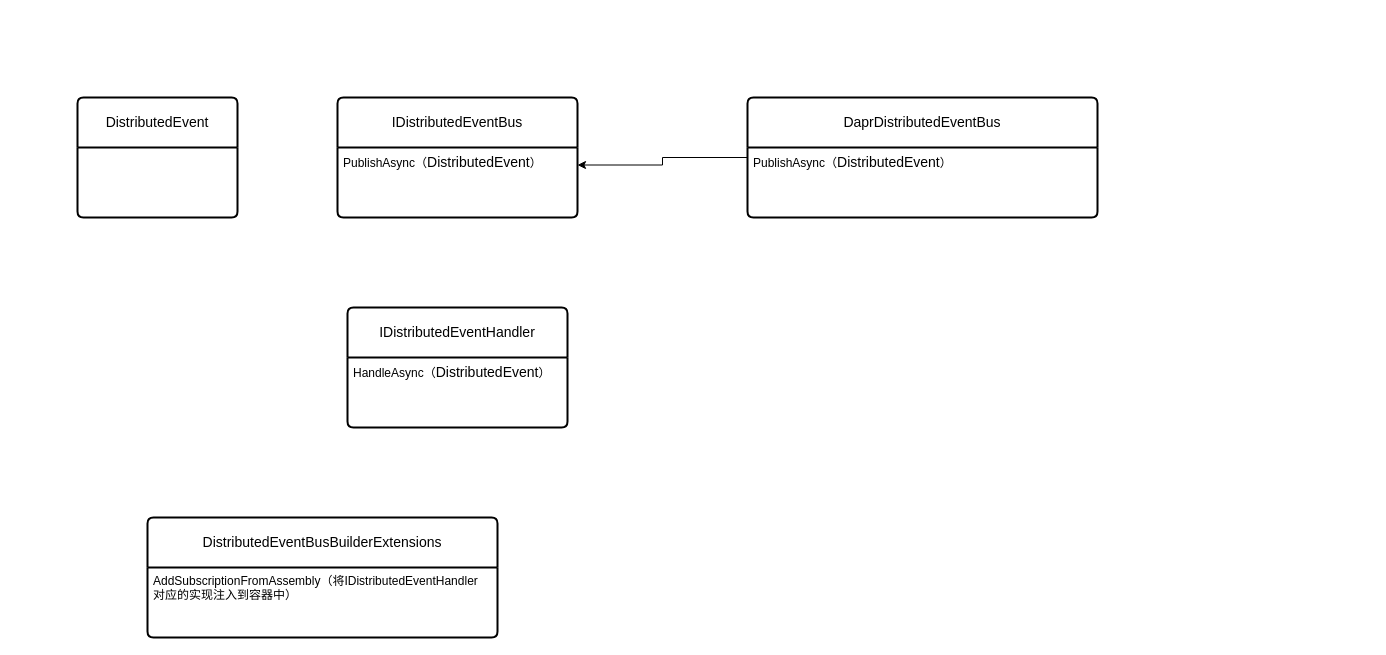
The draw.io diagram hello shop分布式事件.drawio in spinoza1989/drawIO, before the edit. Source tidied: cells renumbered, new cells numbered last; positions are measured from the earlier drawing's top-left corner, leaving out a move shared by most shapes. Both pictures are drawn from the tidied source at 100%, with x=0, y=0 at pixel (77, 97).
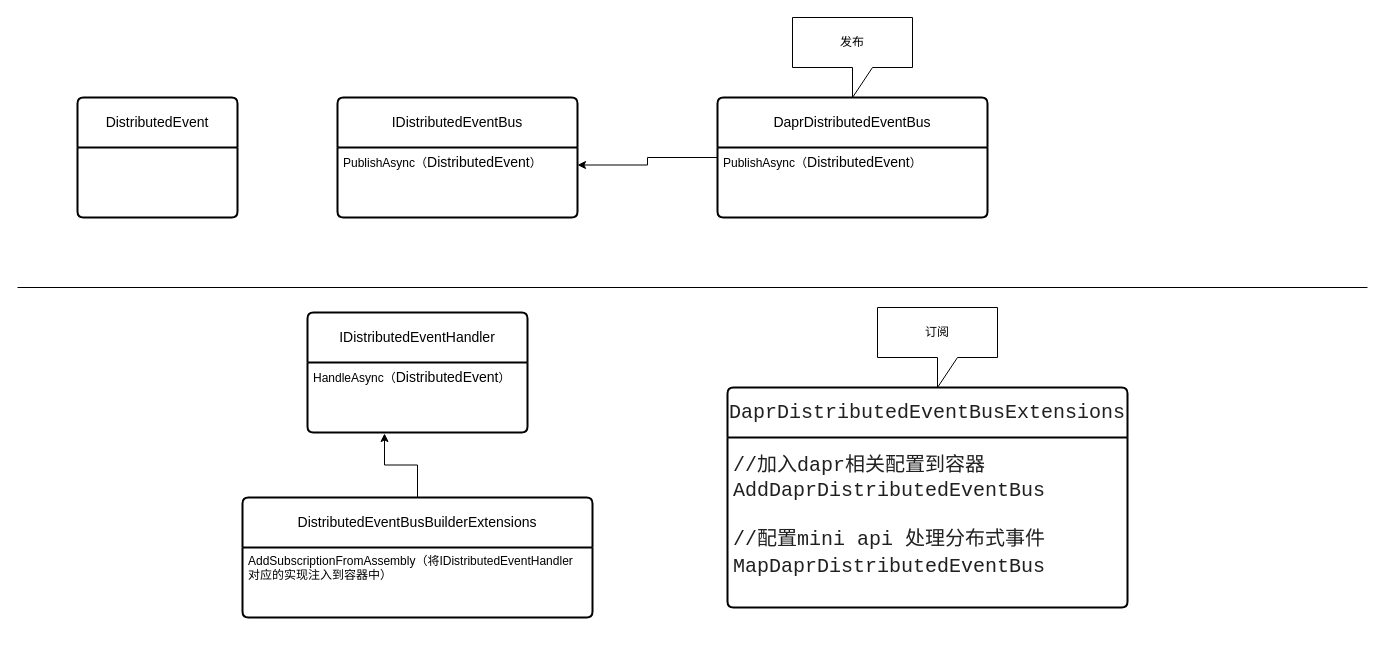
The same diagram, later.

Commit message:
更新hello shop分布式事件.drawio

What changed in the source:
```diff
@@
 <mxGraphModel>
   <root>
     <mxCell id="0" />
     <mxCell id="1" parent="0" />
     <mxCell id="2" value="IDistributedEventBus" style="swimlane;horizontal=1;startSize=50;rounded=1;fontSize=14;fontStyle=0;strokeWidth=2;shadow=0;dashed=0;align=center;arcSize=4;whiteSpace=wrap;html=1;" parent="1" vertex="1">
       <mxGeometry x="260" width="240" height="120" as="geometry" />
     </mxCell>
     <mxCell id="3" value="PublishAsync（&lt;span style=&quot;font-size: 14px; text-align: center; text-wrap: wrap;&quot;&gt;DistributedEvent&lt;/span&gt;）" style="align=left;strokeColor=none;fillColor=none;spacingLeft=4;fontSize=12;verticalAlign=top;html=1;" parent="2" vertex="1">
       <mxGeometry y="50" width="240" height="70" as="geometry" />
     </mxCell>
     <mxCell id="4" value="DistributedEvent" style="swimlane;horizontal=1;startSize=50;rounded=1;fontSize=14;fontStyle=0;strokeWidth=2;shadow=0;dashed=0;align=center;arcSize=4;whiteSpace=wrap;html=1;" parent="1" vertex="1">
       <mxGeometry width="160" height="120" as="geometry" />
     </mxCell>
     <mxCell id="5" value="IDistributedEventHandler" style="swimlane;horizontal=1;startSize=50;rounded=1;fontSize=14;fontStyle=0;strokeWidth=2;shadow=0;dashed=0;align=center;arcSize=4;whiteSpace=wrap;html=1;" parent="1" vertex="1">
-      <mxGeometry x="270" y="210" width="220" height="120" as="geometry" />
+      <mxGeometry x="230" y="215" width="220" height="120" as="geometry" />
     </mxCell>
     <mxCell id="6" value="HandleAsync（&lt;span style=&quot;font-size: 14px; text-align: center; text-wrap: wrap;&quot;&gt;DistributedEvent&lt;/span&gt;）" style="align=left;strokeColor=none;fillColor=none;spacingLeft=4;fontSize=12;verticalAlign=top;html=1;" parent="5" vertex="1">
       <mxGeometry y="50" width="220" height="70" as="geometry" />
     </mxCell>
+    <mxCell id="12" style="edgeStyle=orthogonalEdgeStyle;rounded=0;jettySize=auto;html=1;entryX=0.35;entryY=1.014;entryDx=0;entryDy=0;entryPerimeter=0;" parent="1" edge="1" source="7" target="6">
+      <mxGeometry relative="1" as="geometry" />
+    </mxCell>
     <mxCell id="7" value="DistributedEventBusBuilderExtensions" style="swimlane;horizontal=1;startSize=50;rounded=1;fontSize=14;fontStyle=0;strokeWidth=2;shadow=0;dashed=0;align=center;arcSize=4;whiteSpace=wrap;html=1;" parent="1" vertex="1">
-      <mxGeometry x="70" y="420" width="350" height="120" as="geometry" />
+      <mxGeometry x="165" y="400" width="350" height="120" as="geometry" />
     </mxCell>
     <mxCell id="8" value="AddSubscriptionFromAssembly（将IDistributedEventHandler&lt;div&gt;对应的实现注入到容器中）&lt;div&gt;&lt;br&gt;&lt;/div&gt;&lt;/div&gt;" style="align=left;strokeColor=none;fillColor=none;spacingLeft=4;fontSize=12;verticalAlign=top;html=1;" parent="7" vertex="1">
       <mxGeometry y="50" width="350" height="70" as="geometry" />
     </mxCell>
     <mxCell id="9" style="edgeStyle=orthogonalEdgeStyle;rounded=0;jettySize=auto;html=1;entryX=1;entryY=0.25;entryDx=0;entryDy=0;" parent="1" edge="1" source="10" target="3">
       <mxGeometry relative="1" as="geometry" />
     </mxCell>
     <mxCell id="10" value="DaprDistributedEventBus" style="swimlane;horizontal=1;startSize=50;rounded=1;fontSize=14;fontStyle=0;strokeWidth=2;shadow=0;dashed=0;align=center;arcSize=4;whiteSpace=wrap;html=1;" parent="1" vertex="1">
-      <mxGeometry x="670" width="350" height="120" as="geometry" />
+      <mxGeometry x="640" width="270" height="120" as="geometry" />
     </mxCell>
     <mxCell id="11" value="PublishAsync（&lt;span style=&quot;text-wrap: wrap; font-size: 14px; text-align: center;&quot;&gt;DistributedEvent&lt;/span&gt;）" style="align=left;strokeColor=none;fillColor=none;spacingLeft=4;fontSize=12;verticalAlign=top;html=1;" parent="10" vertex="1">
-      <mxGeometry y="50" width="350" height="70" as="geometry" />
+      <mxGeometry y="50" width="270" height="70" as="geometry" />
     </mxCell>
+    <mxCell id="13" value="&lt;div style=&quot;background-color:#ffffff;color:#202020&quot;&gt;&lt;pre style=&quot;font-family:'JetBrains Mono',monospace;font-size:15.0pt;&quot;&gt;DaprDistributedEventBusExtensions&lt;/pre&gt;&lt;/div&gt;" style="swimlane;horizontal=1;startSize=50;rounded=1;fontSize=14;fontStyle=0;strokeWidth=2;shadow=0;dashed=0;align=center;arcSize=4;whiteSpace=wrap;html=1;" parent="1" vertex="1">
+      <mxGeometry x="650" y="290" width="400" height="220" as="geometry" />
+    </mxCell>
+    <mxCell id="14" value="&lt;div style=&quot;background-color: rgb(255, 255, 255); color: rgb(32, 32, 32); line-height: 40%;&quot;&gt;&lt;pre style=&quot;font-family:'JetBrains Mono',monospace;font-size:15.0pt;&quot;&gt;&lt;div&gt;&lt;pre style=&quot;font-family:'JetBrains Mono',monospace;font-size:15.0pt;&quot;&gt;//加入dapr相关配置到容器&lt;/pre&gt;&lt;pre style=&quot;font-family:'JetBrains Mono',monospace;font-size:15.0pt;&quot;&gt;AddDaprDistributedEventBus&lt;/pre&gt;&lt;/div&gt;&lt;/pre&gt;&lt;pre style=&quot;font-family:'JetBrains Mono',monospace;font-size:15.0pt;&quot;&gt;&lt;span style=&quot;font-size: 15pt; white-space-collapse: collapse;&quot;&gt;&lt;br&gt;&lt;/span&gt;&lt;/pre&gt;&lt;pre style=&quot;font-family:'JetBrains Mono',monospace;font-size:15.0pt;&quot;&gt;&lt;span style=&quot;font-size: 15pt; white-space-collapse: collapse;&quot;&gt;//配置mini api 处理分布式事件&lt;/span&gt;&lt;/pre&gt;&lt;pre style=&quot;font-family: &amp;quot;JetBrains Mono&amp;quot;, monospace; font-size: 15pt; line-height: 40%;&quot;&gt;MapDaprDistributedEventBus&lt;/pre&gt;&lt;pre style=&quot;font-family:'JetBrains Mono',monospace;font-size:15.0pt;&quot;&gt;&lt;br&gt;&lt;/pre&gt;&lt;/div&gt;" style="align=left;strokeColor=none;fillColor=none;spacingLeft=4;fontSize=12;verticalAlign=top;html=1;" parent="13" vertex="1">
+      <mxGeometry y="50" width="400" height="170" as="geometry" />
+    </mxCell>
+    <mxCell id="15" value="发布" style="shape=callout;whiteSpace=wrap;html=1;perimeter=calloutPerimeter;" parent="1" vertex="1">
+      <mxGeometry x="715" y="-80" width="120" height="80" as="geometry" />
+    </mxCell>
+    <mxCell id="16" value="订阅" style="shape=callout;whiteSpace=wrap;html=1;perimeter=calloutPerimeter;" parent="1" vertex="1">
+      <mxGeometry x="800" y="210" width="120" height="80" as="geometry" />
+    </mxCell>
+    <mxCell id="17" style="endArrow=none;html=1;rounded=0;" parent="1" edge="1">
+      <mxGeometry relative="1" as="geometry">
+        <mxPoint x="-60" y="190" as="sourcePoint" />
+        <mxPoint x="1290" y="190" as="targetPoint" />
+      </mxGeometry>
+    </mxCell>
   </root>
 </mxGraphModel>
```
